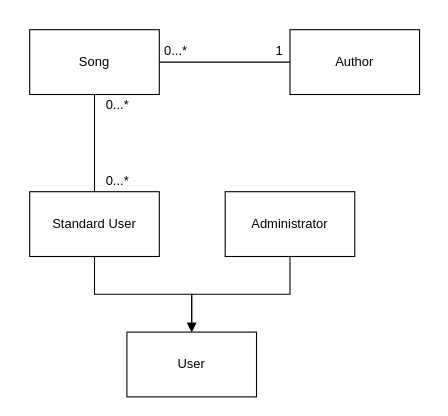
Earlier version of the draw.io diagram UML.drawio (danielecioffo/SoundHabit). Source tidied: cells renumbered, new cells numbered last; positions are measured from the earlier drawing's top-left corner, leaving out a move shared by most shapes. Both pictures are drawn from the tidied source at 108%, with x=0, y=0 at pixel (29, 29).
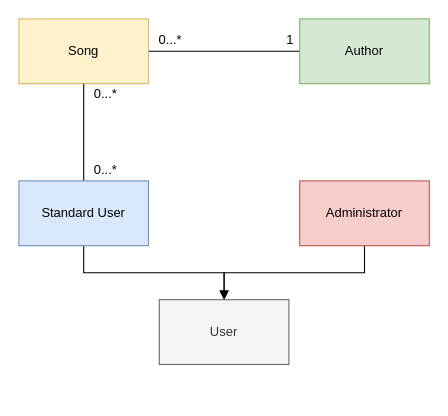
The same diagram, later.

The edit, as a diff of the source:
```diff
@@
 <mxGraphModel>
   <root>
     <mxCell id="0" />
     <mxCell id="1" parent="0" />
     <mxCell id="2" style="edgeStyle=orthogonalEdgeStyle;rounded=0;jettySize=auto;html=1;exitX=1;exitY=0.5;exitDx=0;exitDy=0;endArrow=none;endFill=0;" parent="1" edge="1" source="3" target="4">
       <mxGeometry relative="1" as="geometry" />
     </mxCell>
-    <mxCell id="3" value="Song" style="rounded=0;whiteSpace=wrap;html=1;" parent="1" vertex="1">
-      <mxGeometry width="120" height="60" as="geometry" />
+    <mxCell id="3" value="Song" style="rounded=0;whiteSpace=wrap;html=1;fillColor=#fff2cc;strokeColor=#d6b656;" parent="1" vertex="1">
+      <mxGeometry x="-10" y="-10" width="120" height="60" as="geometry" />
     </mxCell>
-    <mxCell id="4" value="Author" style="rounded=0;whiteSpace=wrap;html=1;" parent="1" vertex="1">
-      <mxGeometry x="241" width="120" height="60" as="geometry" />
+    <mxCell id="4" value="Author" style="rounded=0;whiteSpace=wrap;html=1;fillColor=#d5e8d4;strokeColor=#82b366;" parent="1" vertex="1">
+      <mxGeometry x="250" y="-10" width="120" height="60" as="geometry" />
     </mxCell>
     <mxCell id="5" value="1" style="text;html=1;align=center;verticalAlign=middle;" parent="1" vertex="1">
-      <mxGeometry x="221" y="10" width="20" height="20" as="geometry" />
+      <mxGeometry x="231" width="20" height="20" as="geometry" />
     </mxCell>
     <mxCell id="6" value="0...*" style="text;html=1;align=center;verticalAlign=middle;" parent="1" vertex="1">
-      <mxGeometry x="115" y="10" width="40" height="20" as="geometry" />
+      <mxGeometry x="110" width="40" height="20" as="geometry" />
     </mxCell>
     <mxCell id="7" style="edgeStyle=orthogonalEdgeStyle;rounded=0;jettySize=auto;html=1;exitX=0.5;exitY=0;exitDx=0;exitDy=0;entryX=0.5;entryY=1;entryDx=0;entryDy=0;endArrow=none;endFill=0;startArrow=block;startFill=0;" parent="1" edge="1" source="9" target="12">
       <mxGeometry relative="1" as="geometry" />
     </mxCell>
     <mxCell id="8" style="edgeStyle=orthogonalEdgeStyle;rounded=0;jettySize=auto;html=1;exitX=0.5;exitY=0;exitDx=0;exitDy=0;entryX=0.5;entryY=1;entryDx=0;entryDy=0;endArrow=none;endFill=0;startArrow=block;startFill=1;" parent="1" edge="1" source="9" target="11">
       <mxGeometry relative="1" as="geometry" />
     </mxCell>
-    <mxCell id="9" value="User" style="rounded=0;whiteSpace=wrap;html=1;" parent="1" vertex="1">
-      <mxGeometry x="90" y="280" width="120" height="60" as="geometry" />
+    <mxCell id="9" value="User" style="rounded=0;whiteSpace=wrap;html=1;fillColor=#f5f5f5;strokeColor=#666666;fontColor=#333333;" parent="1" vertex="1">
+      <mxGeometry x="120" y="250" width="120" height="60" as="geometry" />
     </mxCell>
     <mxCell id="10" style="edgeStyle=orthogonalEdgeStyle;rounded=0;jettySize=auto;html=1;exitX=0.5;exitY=0;exitDx=0;exitDy=0;startArrow=none;startFill=0;endArrow=none;endFill=0;" parent="1" edge="1" source="11" target="3">
       <mxGeometry relative="1" as="geometry" />
     </mxCell>
-    <mxCell id="11" value="Standard User" style="rounded=0;whiteSpace=wrap;html=1;" parent="1" vertex="1">
-      <mxGeometry y="150" width="120" height="60" as="geometry" />
+    <mxCell id="11" value="Standard User" style="rounded=0;whiteSpace=wrap;html=1;fillColor=#dae8fc;strokeColor=#6c8ebf;" parent="1" vertex="1">
+      <mxGeometry x="-10" y="140" width="120" height="60" as="geometry" />
     </mxCell>
-    <mxCell id="12" value="Administrator" style="rounded=0;whiteSpace=wrap;html=1;" parent="1" vertex="1">
-      <mxGeometry x="181" y="150" width="120" height="60" as="geometry" />
+    <mxCell id="12" value="Administrator" style="rounded=0;whiteSpace=wrap;html=1;fillColor=#f8cecc;strokeColor=#b85450;" parent="1" vertex="1">
+      <mxGeometry x="250" y="140" width="120" height="60" as="geometry" />
     </mxCell>
     <mxCell id="13" value="0...*" style="text;html=1;align=center;verticalAlign=middle;" parent="1" vertex="1">
-      <mxGeometry x="61" y="130" width="40" height="20" as="geometry" />
+      <mxGeometry x="50" y="120" width="40" height="20" as="geometry" />
     </mxCell>
     <mxCell id="14" value="0...*" style="text;html=1;align=center;verticalAlign=middle;" parent="1" vertex="1">
-      <mxGeometry x="61" y="60" width="40" height="20" as="geometry" />
+      <mxGeometry x="50" y="50" width="40" height="20" as="geometry" />
     </mxCell>
   </root>
 </mxGraphModel>
```
